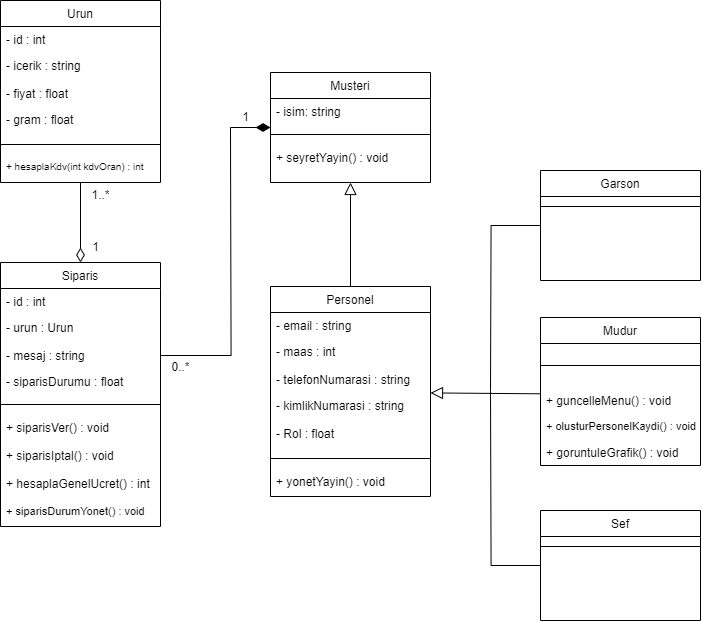
Above: src/UML/LezzetSarayi-Class.drawio.png in kemaldenizl/lezzet-sarayi (draw.io), before the change. Source tidied: cells renumbered, new cells last; positions are measured from the earlier drawing's top-left corner, leaving out a move shared by most shapes. The source it was exported from:
```xml
<mxGraphModel>
  <root>
    <mxCell id="0" />
    <mxCell id="1" parent="0" />
    <mxCell id="2" style="edgeStyle=orthogonalEdgeStyle;rounded=0;jettySize=auto;html=1;endArrow=block;endFill=0;entryX=0.5;entryY=1;entryDx=0;entryDy=0;endSize=10;" parent="1" edge="1" source="3" target="13">
      <mxGeometry relative="1" as="geometry" />
    </mxCell>
    <mxCell id="3" value="Personel" style="swimlane;fontStyle=0;align=center;verticalAlign=top;horizontal=1;startSize=26;rounded=0;shadow=0;strokeWidth=1;" parent="1" vertex="1">
      <mxGeometry x="270" y="286" width="160" height="210" as="geometry" />
    </mxCell>
    <mxCell id="4" value="- email : string" style="text;align=left;verticalAlign=top;spacingLeft=4;spacingRight=4;overflow=hidden;rounded=0;shadow=0;html=0;" parent="3" vertex="1">
      <mxGeometry y="26" width="160" height="26" as="geometry" />
    </mxCell>
    <mxCell id="5" value="- maas : int" style="text;align=left;verticalAlign=top;spacingLeft=4;spacingRight=4;overflow=hidden;rounded=0;shadow=0;html=0;" parent="3" vertex="1">
      <mxGeometry y="52" width="160" height="28" as="geometry" />
    </mxCell>
    <mxCell id="6" value="- telefonNumarasi : string" style="text;align=left;verticalAlign=top;spacingLeft=4;spacingRight=4;overflow=hidden;rounded=0;shadow=0;html=0;" parent="3" vertex="1">
      <mxGeometry y="80" width="160" height="26" as="geometry" />
    </mxCell>
    <mxCell id="7" value="- kimlikNumarasi : string" style="text;align=left;verticalAlign=top;spacingLeft=4;spacingRight=4;overflow=hidden;points=[[0,0.5],[1,0.5]];portConstraint=eastwest;rounded=0;shadow=0;html=0;" parent="3" vertex="1">
      <mxGeometry y="106" width="160" height="28" as="geometry" />
    </mxCell>
    <mxCell id="8" value="- Rol : float" style="text;align=left;verticalAlign=top;spacingLeft=4;spacingRight=4;overflow=hidden;rounded=0;shadow=0;html=0;" parent="3" vertex="1">
      <mxGeometry y="134" width="160" height="28" as="geometry" />
    </mxCell>
    <mxCell id="9" style="line;html=1;strokeWidth=1;align=left;verticalAlign=middle;spacingTop=-1;spacingLeft=3;spacingRight=3;labelPosition=right;" parent="3" vertex="1">
      <mxGeometry y="162" width="160" height="20" as="geometry" />
    </mxCell>
    <mxCell id="10" value="+ yonetYayin() : void" style="text;align=left;verticalAlign=top;spacingLeft=4;spacingRight=4;overflow=hidden;" parent="3" vertex="1">
      <mxGeometry y="182" width="160" height="28" as="geometry" />
    </mxCell>
    <mxCell id="11" style="endArrow=block;endSize=10;endFill=0;shadow=0;strokeWidth=1;rounded=0;curved=0;edgeStyle=elbowEdgeStyle;elbow=vertical;exitX=-0.005;exitY=0.242;exitDx=0;exitDy=0;exitPerimeter=0;" parent="1" edge="1" source="19">
      <mxGeometry relative="1" as="geometry">
        <mxPoint x="430" y="392" as="targetPoint" />
      </mxGeometry>
    </mxCell>
    <mxCell id="12" style="edgeStyle=orthogonalEdgeStyle;rounded=0;jettySize=auto;html=1;exitX=0;exitY=0.5;exitDx=0;exitDy=0;endArrow=none;endFill=0;startArrow=diamondThin;startFill=1;startSize=12;entryX=0.045;entryY=1.026;entryDx=0;entryDy=0;entryPerimeter=0;" parent="1" edge="1" source="13" target="33">
      <mxGeometry relative="1" as="geometry">
        <Array as="points">
          <mxPoint x="230" y="127" />
          <mxPoint x="230" y="133" />
        </Array>
      </mxGeometry>
    </mxCell>
    <mxCell id="13" value="Musteri" style="swimlane;fontStyle=0;align=center;verticalAlign=top;horizontal=1;startSize=26;rounded=0;shadow=0;strokeWidth=1;" parent="1" vertex="1">
      <mxGeometry x="270" y="72" width="160" height="110" as="geometry" />
    </mxCell>
    <mxCell id="14" value="- isim: string" style="text;align=left;verticalAlign=top;spacingLeft=4;spacingRight=4;overflow=hidden;" parent="13" vertex="1">
      <mxGeometry y="26" width="160" height="26" as="geometry" />
    </mxCell>
    <mxCell id="15" style="line;html=1;strokeWidth=1;align=left;verticalAlign=middle;spacingTop=-1;spacingLeft=3;spacingRight=3;labelPosition=right;" parent="13" vertex="1">
      <mxGeometry y="52" width="160" height="20" as="geometry" />
    </mxCell>
    <mxCell id="16" value="+ seyretYayin() : void" style="text;align=left;verticalAlign=top;spacingLeft=4;spacingRight=4;overflow=hidden;" parent="13" vertex="1">
      <mxGeometry y="72" width="160" height="28" as="geometry" />
    </mxCell>
    <mxCell id="17" value="Mudur" style="swimlane;fontStyle=0;align=center;verticalAlign=top;horizontal=1;startSize=26;rounded=0;shadow=0;strokeWidth=1;" parent="1" vertex="1">
      <mxGeometry x="540" y="317" width="160" height="148" as="geometry" />
    </mxCell>
    <mxCell id="18" style="line;html=1;strokeWidth=1;align=left;verticalAlign=middle;spacingTop=-1;spacingLeft=3;spacingRight=3;labelPosition=right;" parent="17" vertex="1">
      <mxGeometry y="26" width="160" height="44" as="geometry" />
    </mxCell>
    <mxCell id="19" value="+ guncelleMenu() : void" style="text;align=left;verticalAlign=top;spacingLeft=4;spacingRight=4;overflow=hidden;points=[[0,0.5],[1,0.5]];portConstraint=eastwest;" parent="17" vertex="1">
      <mxGeometry y="70" width="160" height="26" as="geometry" />
    </mxCell>
    <mxCell id="20" value="+ olusturPersonelKaydi() : void" style="text;align=left;verticalAlign=top;spacingLeft=4;spacingRight=4;overflow=hidden;fontSize=11;" parent="17" vertex="1">
      <mxGeometry y="96" width="160" height="26" as="geometry" />
    </mxCell>
    <mxCell id="21" value="+ goruntuleGrafik() : void" style="text;align=left;verticalAlign=top;spacingLeft=4;spacingRight=4;overflow=hidden;" parent="17" vertex="1">
      <mxGeometry y="122" width="160" height="26" as="geometry" />
    </mxCell>
    <mxCell id="22" value="Siparis" style="swimlane;fontStyle=0;align=center;verticalAlign=top;horizontal=1;startSize=26;rounded=0;shadow=0;strokeWidth=1;" parent="1" vertex="1">
      <mxGeometry y="262" width="160" height="264" as="geometry" />
    </mxCell>
    <mxCell id="23" value="- id : int" style="text;align=left;verticalAlign=top;spacingLeft=4;spacingRight=4;overflow=hidden;rounded=0;shadow=0;html=0;" parent="22" vertex="1">
      <mxGeometry y="26" width="160" height="26" as="geometry" />
    </mxCell>
    <mxCell id="24" value="- urun : Urun" style="text;align=left;verticalAlign=top;spacingLeft=4;spacingRight=4;overflow=hidden;rounded=0;shadow=0;html=0;" parent="22" vertex="1">
      <mxGeometry y="52" width="160" height="28" as="geometry" />
    </mxCell>
    <mxCell id="25" style="edgeStyle=orthogonalEdgeStyle;rounded=0;jettySize=auto;html=1;exitX=1;exitY=0.5;exitDx=0;exitDy=0;endArrow=none;endFill=0;" parent="22" edge="1" source="26">
      <mxGeometry relative="1" as="geometry">
        <mxPoint x="230" y="-130" as="targetPoint" />
      </mxGeometry>
    </mxCell>
    <mxCell id="26" value="- mesaj : string" style="text;align=left;verticalAlign=top;spacingLeft=4;spacingRight=4;overflow=hidden;points=[[0,0.5],[1,0.5]];portConstraint=eastwest;rounded=0;shadow=0;html=0;" parent="22" vertex="1">
      <mxGeometry y="80" width="160" height="26" as="geometry" />
    </mxCell>
    <mxCell id="27" value="- siparisDurumu : float" style="text;align=left;verticalAlign=top;spacingLeft=4;spacingRight=4;overflow=hidden;rounded=0;shadow=0;html=0;" parent="22" vertex="1">
      <mxGeometry y="106" width="160" height="26" as="geometry" />
    </mxCell>
    <mxCell id="28" style="line;html=1;strokeWidth=1;align=left;verticalAlign=middle;spacingTop=-1;spacingLeft=3;spacingRight=3;labelPosition=right;" parent="22" vertex="1">
      <mxGeometry y="132" width="160" height="20" as="geometry" />
    </mxCell>
    <mxCell id="29" value="+ siparisVer() : void" style="text;align=left;verticalAlign=top;spacingLeft=4;spacingRight=4;overflow=hidden;" parent="22" vertex="1">
      <mxGeometry y="152" width="160" height="28" as="geometry" />
    </mxCell>
    <mxCell id="30" value="+ siparisIptal() : void" style="text;align=left;verticalAlign=top;spacingLeft=4;spacingRight=4;overflow=hidden;" parent="22" vertex="1">
      <mxGeometry y="180" width="160" height="28" as="geometry" />
    </mxCell>
    <mxCell id="31" value="+ hesaplaGenelUcret() : int" style="text;align=left;verticalAlign=top;spacingLeft=4;spacingRight=4;overflow=hidden;" parent="22" vertex="1">
      <mxGeometry y="208" width="160" height="28" as="geometry" />
    </mxCell>
    <mxCell id="32" value="+ siparisDurumYonet() : void" style="text;align=left;verticalAlign=top;spacingLeft=4;spacingRight=4;overflow=hidden;fontSize=11;" parent="22" vertex="1">
      <mxGeometry y="236" width="160" height="28" as="geometry" />
    </mxCell>
    <mxCell id="33" value="1" style="text;html=1;align=center;verticalAlign=middle;points=[];strokeColor=none;fillColor=none;" parent="1" vertex="1">
      <mxGeometry x="230" y="102" width="30" height="30" as="geometry" />
    </mxCell>
    <mxCell id="34" value="0..*" style="text;html=1;align=center;verticalAlign=middle;strokeColor=none;fillColor=none;" parent="1" vertex="1">
      <mxGeometry x="160" y="352" width="40" height="30" as="geometry" />
    </mxCell>
    <mxCell id="35" style="edgeStyle=orthogonalEdgeStyle;rounded=0;jettySize=auto;html=1;entryX=0.5;entryY=0;entryDx=0;entryDy=0;endArrow=diamondThin;endFill=0;endSize=12;" parent="1" edge="1" source="36" target="22">
      <mxGeometry relative="1" as="geometry" />
    </mxCell>
    <mxCell id="36" value="Urun" style="swimlane;fontStyle=0;align=center;verticalAlign=top;horizontal=1;startSize=26;rounded=0;shadow=0;strokeWidth=1;" parent="1" vertex="1">
      <mxGeometry width="160" height="182" as="geometry" />
    </mxCell>
    <mxCell id="37" value="- id : int" style="text;align=left;verticalAlign=top;spacingLeft=4;spacingRight=4;overflow=hidden;rounded=0;shadow=0;html=0;" parent="36" vertex="1">
      <mxGeometry y="26" width="160" height="26" as="geometry" />
    </mxCell>
    <mxCell id="38" value="- icerik : string" style="text;align=left;verticalAlign=top;spacingLeft=4;spacingRight=4;overflow=hidden;rounded=0;shadow=0;html=0;" parent="36" vertex="1">
      <mxGeometry y="52" width="160" height="28" as="geometry" />
    </mxCell>
    <mxCell id="39" value="- fiyat : float" style="text;align=left;verticalAlign=top;spacingLeft=4;spacingRight=4;overflow=hidden;rounded=0;shadow=0;html=0;" parent="36" vertex="1">
      <mxGeometry y="80" width="160" height="26" as="geometry" />
    </mxCell>
    <mxCell id="40" value="- gram : float" style="text;align=left;verticalAlign=top;spacingLeft=4;spacingRight=4;overflow=hidden;rounded=0;shadow=0;html=0;" parent="36" vertex="1">
      <mxGeometry y="106" width="160" height="28" as="geometry" />
    </mxCell>
    <mxCell id="41" style="line;html=1;strokeWidth=1;align=left;verticalAlign=middle;spacingTop=-1;spacingLeft=3;spacingRight=3;labelPosition=right;" parent="36" vertex="1">
      <mxGeometry y="134" width="160" height="20" as="geometry" />
    </mxCell>
    <mxCell id="42" value="+ hesaplaKdv(int kdvOran) : int" style="text;align=left;verticalAlign=top;spacingLeft=4;spacingRight=4;overflow=hidden;fontSize=10;" parent="36" vertex="1">
      <mxGeometry y="154" width="160" height="28" as="geometry" />
    </mxCell>
    <mxCell id="43" value="1" style="text;html=1;align=center;verticalAlign=middle;strokeColor=none;fillColor=none;" parent="1" vertex="1">
      <mxGeometry x="80" y="232" width="30" height="30" as="geometry" />
    </mxCell>
    <mxCell id="44" value="1..*" style="text;html=1;align=center;verticalAlign=middle;strokeColor=none;fillColor=none;" parent="1" vertex="1">
      <mxGeometry x="80" y="180" width="40" height="30" as="geometry" />
    </mxCell>
    <mxCell id="45" style="edgeStyle=orthogonalEdgeStyle;rounded=0;jettySize=auto;html=1;exitX=0;exitY=0.5;exitDx=0;exitDy=0;endArrow=none;endFill=0;" parent="1" edge="1" source="46">
      <mxGeometry relative="1" as="geometry">
        <mxPoint x="490" y="390" as="targetPoint" />
      </mxGeometry>
    </mxCell>
    <mxCell id="46" value="Garson" style="swimlane;fontStyle=0;align=center;verticalAlign=top;horizontal=1;startSize=26;rounded=0;shadow=0;strokeWidth=1;" parent="1" vertex="1">
      <mxGeometry x="540" y="170" width="160" height="110" as="geometry" />
    </mxCell>
    <mxCell id="47" style="line;html=1;strokeWidth=1;align=left;verticalAlign=middle;spacingTop=-1;spacingLeft=3;spacingRight=3;labelPosition=right;" parent="46" vertex="1">
      <mxGeometry y="26" width="160" height="20" as="geometry" />
    </mxCell>
    <mxCell id="48" style="edgeStyle=orthogonalEdgeStyle;rounded=0;jettySize=auto;html=1;exitX=0;exitY=0.5;exitDx=0;exitDy=0;endArrow=none;endFill=0;" parent="1" edge="1" source="49">
      <mxGeometry relative="1" as="geometry">
        <mxPoint x="490" y="390" as="targetPoint" />
      </mxGeometry>
    </mxCell>
    <mxCell id="49" value="Sef" style="swimlane;fontStyle=0;align=center;verticalAlign=top;horizontal=1;startSize=26;rounded=0;shadow=0;strokeWidth=1;" parent="1" vertex="1">
      <mxGeometry x="540" y="510" width="160" height="110" as="geometry" />
    </mxCell>
    <mxCell id="50" style="line;html=1;strokeWidth=1;align=left;verticalAlign=middle;spacingTop=-1;spacingLeft=3;spacingRight=3;labelPosition=right;" parent="49" vertex="1">
      <mxGeometry y="26" width="160" height="20" as="geometry" />
    </mxCell>
  </root>
</mxGraphModel>
```
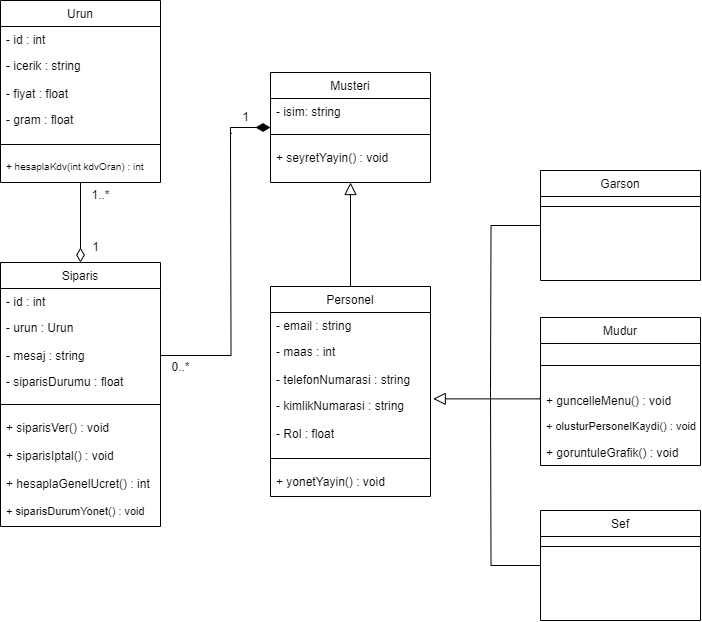
Later version of the same file.

What changed in the source:
```diff
@@ -29,9 +29,9 @@
     <mxCell id="10" value="+ yonetYayin() : void" style="text;align=left;verticalAlign=top;spacingLeft=4;spacingRight=4;overflow=hidden;" parent="3" vertex="1">
       <mxGeometry y="182" width="160" height="28" as="geometry" />
     </mxCell>
-    <mxCell id="11" style="endArrow=block;endSize=10;endFill=0;shadow=0;strokeWidth=1;rounded=0;curved=0;edgeStyle=elbowEdgeStyle;elbow=vertical;exitX=-0.005;exitY=0.242;exitDx=0;exitDy=0;exitPerimeter=0;" parent="1" edge="1" source="19">
+    <mxCell id="11" style="endArrow=block;endSize=10;endFill=0;shadow=0;strokeWidth=1;rounded=0;curved=0;edgeStyle=elbowEdgeStyle;elbow=vertical;exitX=-0.005;exitY=0.242;exitDx=0;exitDy=0;exitPerimeter=0;entryX=1.017;entryY=0.252;entryDx=0;entryDy=0;entryPerimeter=0;" parent="1" edge="1" target="7">
       <mxGeometry relative="1" as="geometry">
-        <mxPoint x="430" y="392" as="targetPoint" />
+        <mxPoint x="539.2" y="397.3" as="sourcePoint" />
       </mxGeometry>
     </mxCell>
     <mxCell id="12" style="edgeStyle=orthogonalEdgeStyle;rounded=0;jettySize=auto;html=1;exitX=0;exitY=0.5;exitDx=0;exitDy=0;endArrow=none;endFill=0;startArrow=diamondThin;startFill=1;startSize=12;entryX=0.045;entryY=1.026;entryDx=0;entryDy=0;entryPerimeter=0;" parent="1" edge="1" source="13" target="33">
```
